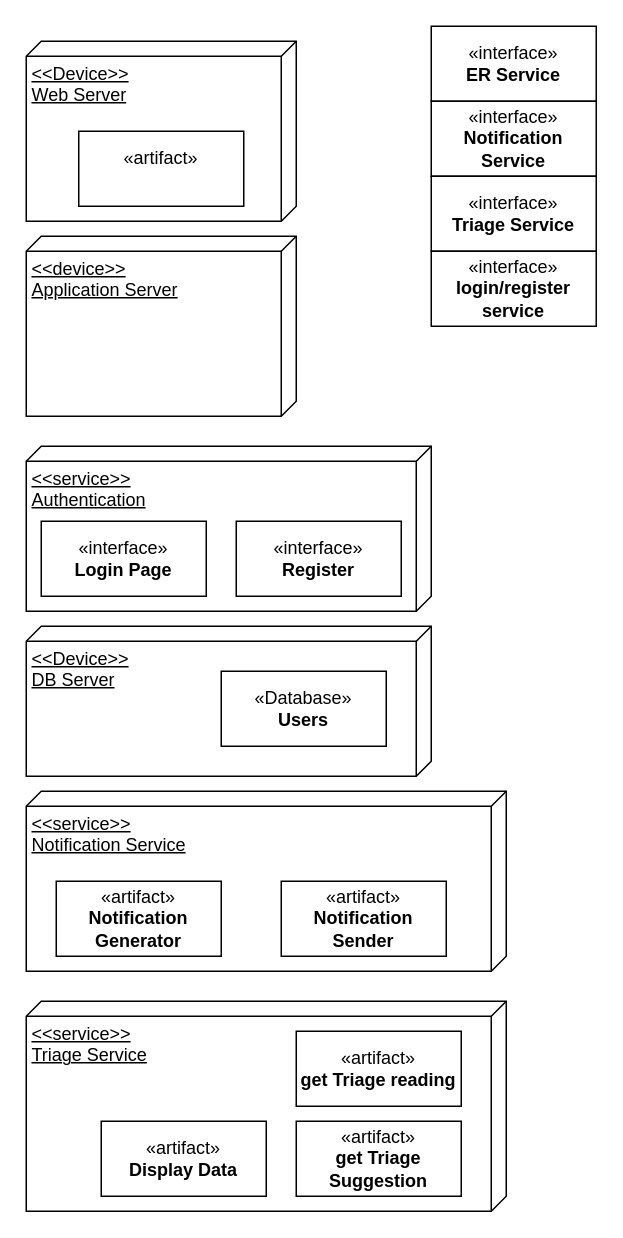
uvic-teach/project-m1-team8 keeps this draw.io diagram as Usecases/UI_deployment.drawio. Above is the earlier version. Source tidied: cells renumbered, new cells numbered last; positions are measured from the earlier drawing's top-left corner, leaving out a move shared by most shapes. Both pictures are drawn from the tidied source at 150%, with x=0, y=0 at pixel (26, 26).
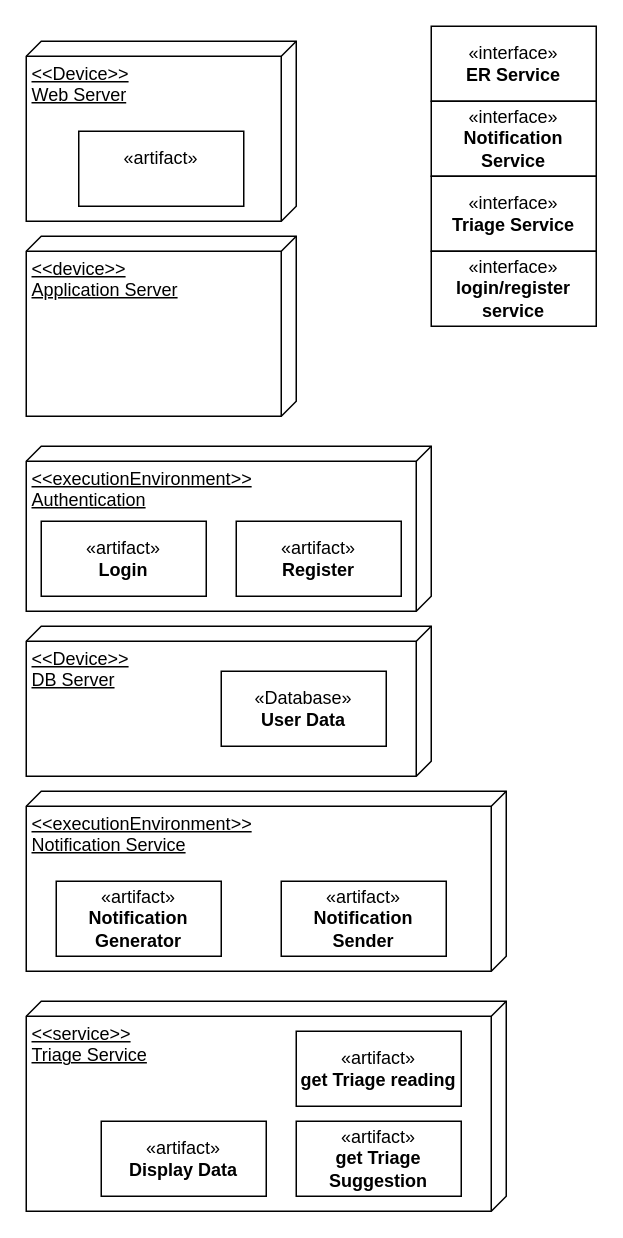
The same diagram, later.

Unchanged cells that the change refers to:
```xml
<mxCell id="3" style="group;" parent="1" vertex="1">
  <mxGeometry y="400" width="270" height="100" as="geometry" />
</mxCell>
```

What changed in the source:
```diff
@@
-    <mxCell id="5" value="&lt;div&gt;«Database»&lt;b&gt;&lt;br&gt;&lt;/b&gt;&lt;/div&gt;&lt;div&gt;&lt;b&gt;Users&lt;/b&gt;&lt;/div&gt;" style="html=1;whiteSpace=wrap;" parent="3" vertex="1">
+    <mxCell id="5" value="&lt;div&gt;«Database»&lt;b&gt;&lt;br&gt;&lt;/b&gt;&lt;/div&gt;&lt;div&gt;&lt;b&gt;User Data&lt;br&gt;&lt;/b&gt;&lt;/div&gt;" style="html=1;whiteSpace=wrap;" parent="3" vertex="1">
       <mxGeometry x="130" y="30" width="110" height="50" as="geometry" />
     </mxCell>
@@
-    <mxCell id="14" value="&lt;div&gt;&amp;lt;&amp;lt;service&amp;gt;&amp;gt;&lt;/div&gt;&lt;div&gt;Authentication&lt;/div&gt;" style="verticalAlign=top;align=left;spacingTop=8;spacingLeft=2;spacingRight=12;shape=cube;size=10;direction=south;fontStyle=4;html=1;whiteSpace=wrap;" parent="1" vertex="1">
+    <mxCell id="14" value="&lt;div&gt;&amp;lt;&amp;lt;executionEnvironment&amp;gt;&amp;gt;&lt;/div&gt;&lt;div&gt;Authentication&lt;/div&gt;" style="verticalAlign=top;align=left;spacingTop=8;spacingLeft=2;spacingRight=12;shape=cube;size=10;direction=south;fontStyle=4;html=1;whiteSpace=wrap;" parent="1" vertex="1">
       <mxGeometry y="280" width="270" height="110" as="geometry" />
     </mxCell>
-    <mxCell id="15" value="«interface»&lt;br&gt;&lt;b&gt;Login Page&lt;/b&gt;" style="html=1;whiteSpace=wrap;" parent="1" vertex="1">
+    <mxCell id="15" value="«artifact»&lt;br&gt;&lt;b&gt;Login&lt;br&gt;&lt;/b&gt;" style="html=1;whiteSpace=wrap;" parent="1" vertex="1">
       <mxGeometry x="10" y="330" width="110" height="50" as="geometry" />
     </mxCell>
-    <mxCell id="16" value="«interface»&lt;br&gt;&lt;b&gt;Register&lt;/b&gt;" style="html=1;whiteSpace=wrap;" parent="1" vertex="1">
+    <mxCell id="16" value="«artifact»&lt;br&gt;&lt;b&gt;Register&lt;/b&gt;" style="html=1;whiteSpace=wrap;" parent="1" vertex="1">
       <mxGeometry x="140" y="330" width="110" height="50" as="geometry" />
     </mxCell>
-    <mxCell id="17" value="&lt;div&gt;&amp;lt;&amp;lt;service&amp;gt;&amp;gt;&lt;/div&gt;&lt;div&gt;Notification Service&lt;br&gt;&lt;/div&gt;" style="verticalAlign=top;align=left;spacingTop=8;spacingLeft=2;spacingRight=12;shape=cube;size=10;direction=south;fontStyle=4;html=1;whiteSpace=wrap;" parent="1" vertex="1">
+    <mxCell id="17" value="&lt;div&gt;&amp;lt;&amp;lt;executionEnvironment&amp;gt;&amp;gt;&lt;/div&gt;&lt;div&gt;Notification Service&lt;br&gt;&lt;/div&gt;" style="verticalAlign=top;align=left;spacingTop=8;spacingLeft=2;spacingRight=12;shape=cube;size=10;direction=south;fontStyle=4;html=1;whiteSpace=wrap;" parent="1" vertex="1">
       <mxGeometry y="510" width="320" height="120" as="geometry" />
     </mxCell>
```
